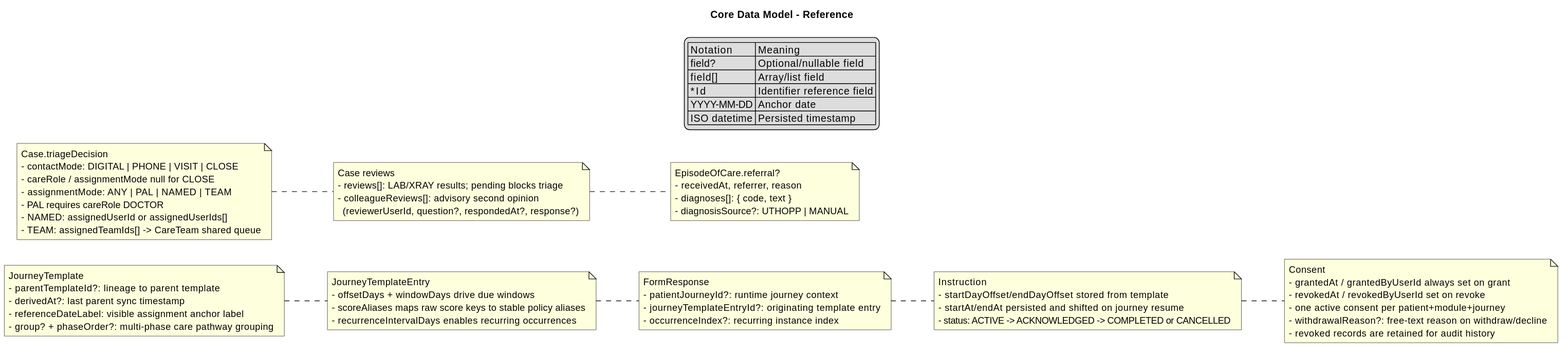
gforge/DUK keeps this PlantUML diagram as docs/diagrams/core-data-model-reference.svg. Above is the earlier version.
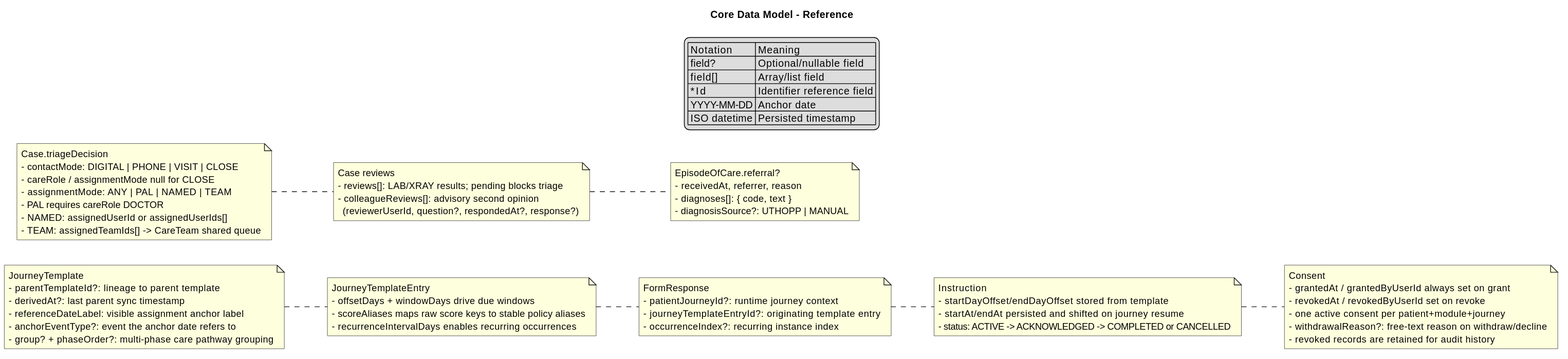
After the change.

Diff of the diagram source:
```diff
@@ -20,6 +20,7 @@
 - parentTemplateId?: lineage to parent template
 - derivedAt?: last parent sync timestamp
 - referenceDateLabel: visible assignment anchor label
+- anchorEventType?: event the anchor date refers to
 - group? + phaseOrder?: multi-phase care pathway grouping
 end note
 
```
